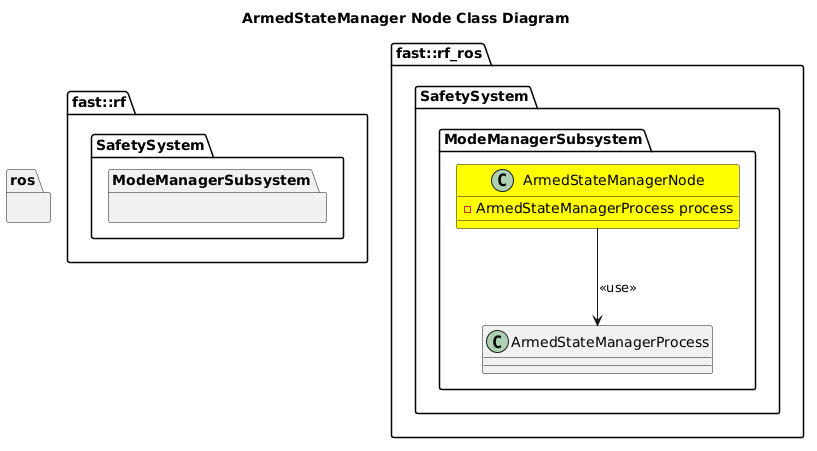
Earlier version of the PlantUML export Systems/Safety/Subsystems/ModeManager/Nodes/ArmedStateManager/doc/puml/ArmedStateManagerNodeClassDiagram.png (fastrobotics/robot_framework_ros).
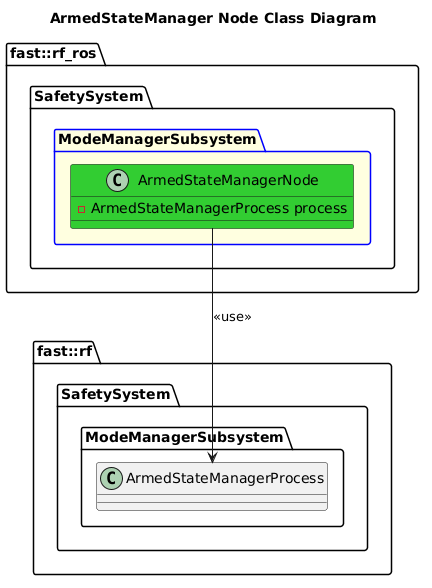
After the commit.

Diff of the diagram source:
```diff
@@ -1,18 +1,17 @@
 @startuml
 title ArmedStateManager Node Class Diagram
 
-namespace ros {
-}
 namespace fast::rf {
     namespace SafetySystem {
         namespace ModeManagerSubsystem {
+            class ArmedStateManagerProcess
         }
     }
 }
 namespace fast::rf_ros {
    namespace SafetySystem {
-        namespace ModeManagerSubsystem {
-            class ArmedStateManagerNode #Yellow {
+        package ModeManagerSubsystem #LightYellow;line:blue {
+            class ArmedStateManagerNode #LimeGreen {
                 -ArmedStateManagerProcess process
             }
             ArmedStateManagerNode --> ArmedStateManagerProcess: <<use>>
```
